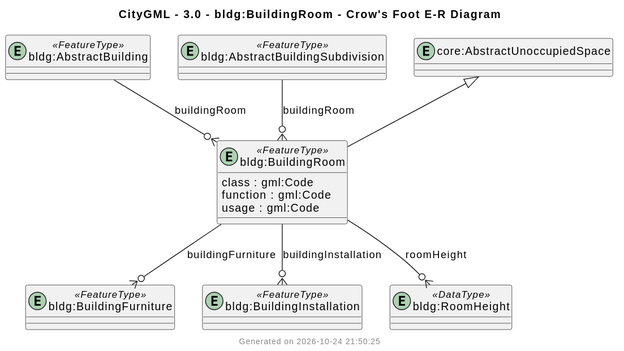
Above: docs/output/CityGML/3.0/UMLClassDiagram/crowsfoot/building-buildingroom.svg in muratkendir/every-class (PlantUML), before the change. Its diagram source:
```plantuml
@startuml

entity "bldg:BuildingRoom" as bldg_BuildingRoom <<FeatureType>> {
   class : gml:Code
   function : gml:Code
   usage : gml:Code
}
entity "bldg:AbstractBuilding" as bldg_AbstractBuilding <<FeatureType>>
entity "bldg:AbstractBuildingSubdivision" as bldg_AbstractBuildingSubdivision <<FeatureType>>
entity "bldg:BuildingFurniture" as bldg_BuildingFurniture <<FeatureType>>
entity "bldg:BuildingInstallation" as bldg_BuildingInstallation <<FeatureType>>
entity "bldg:RoomHeight" as bldg_RoomHeight <<DataType>>
entity "core:AbstractUnoccupiedSpace" as core_AbstractUnoccupiedSpace

"core_AbstractUnoccupiedSpace" <|-- "bldg_BuildingRoom"
"bldg_AbstractBuilding" --o{ "bldg_BuildingRoom" : buildingRoom
"bldg_AbstractBuildingSubdivision" --o{ "bldg_BuildingRoom" : buildingRoom
"bldg_BuildingRoom" --o{ "bldg_BuildingFurniture" : buildingFurniture
"bldg_BuildingRoom" --o{ "bldg_BuildingInstallation" : buildingInstallation
"bldg_BuildingRoom" --o{ "bldg_RoomHeight" : roomHeight

title
  CityGML - 3.0 - bldg:BuildingRoom - Crow's Foot E-R Diagram
end title

footer Generated on 2026-10-24 21:50:25
@enduml
```
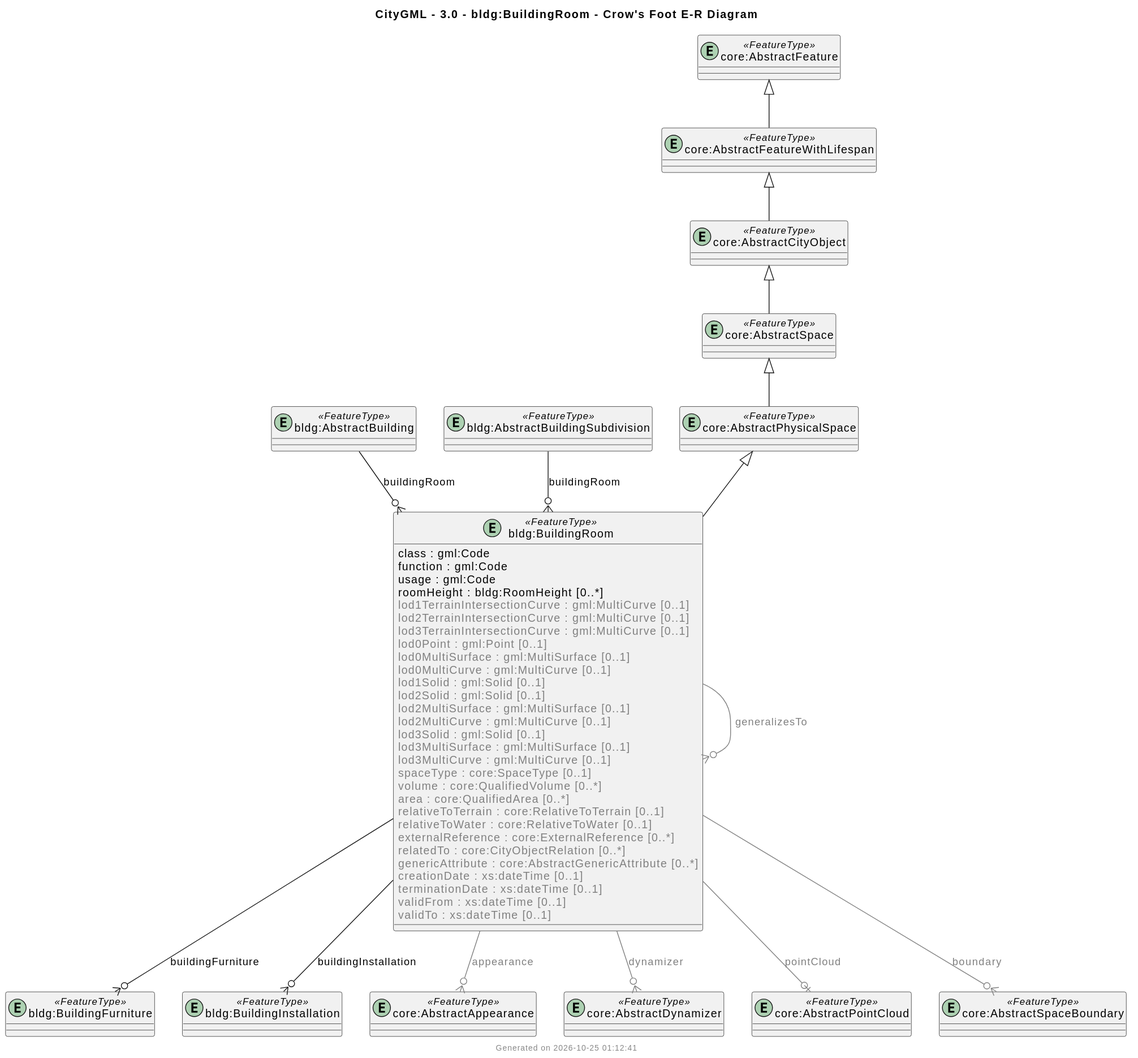
After the change.

Commit message:
step11: flatten inherited members in gray, FeatureType/DataType rule

Change to the diagram source:
```diff
@@ -1,27 +1,68 @@
 @startuml
 
 entity "bldg:BuildingRoom" as bldg_BuildingRoom <<FeatureType>> {
-   class : gml:Code
-   function : gml:Code
-   usage : gml:Code
+  class : gml:Code
+  function : gml:Code
+  usage : gml:Code
+  roomHeight : bldg:RoomHeight [0..*]
+  <color:gray>lod1TerrainIntersectionCurve : gml:MultiCurve [0..1]</color>
+  <color:gray>lod2TerrainIntersectionCurve : gml:MultiCurve [0..1]</color>
+  <color:gray>lod3TerrainIntersectionCurve : gml:MultiCurve [0..1]</color>
+  <color:gray>lod0Point : gml:Point [0..1]</color>
+  <color:gray>lod0MultiSurface : gml:MultiSurface [0..1]</color>
+  <color:gray>lod0MultiCurve : gml:MultiCurve [0..1]</color>
+  <color:gray>lod1Solid : gml:Solid [0..1]</color>
+  <color:gray>lod2Solid : gml:Solid [0..1]</color>
+  <color:gray>lod2MultiSurface : gml:MultiSurface [0..1]</color>
+  <color:gray>lod2MultiCurve : gml:MultiCurve [0..1]</color>
+  <color:gray>lod3Solid : gml:Solid [0..1]</color>
+  <color:gray>lod3MultiSurface : gml:MultiSurface [0..1]</color>
+  <color:gray>lod3MultiCurve : gml:MultiCurve [0..1]</color>
+  <color:gray>spaceType : core:SpaceType [0..1]</color>
+  <color:gray>volume : core:QualifiedVolume [0..*]</color>
+  <color:gray>area : core:QualifiedArea [0..*]</color>
+  <color:gray>relativeToTerrain : core:RelativeToTerrain [0..1]</color>
+  <color:gray>relativeToWater : core:RelativeToWater [0..1]</color>
+  <color:gray>externalReference : core:ExternalReference [0..*]</color>
+  <color:gray>relatedTo : core:CityObjectRelation [0..*]</color>
+  <color:gray>genericAttribute : core:AbstractGenericAttribute [0..*]</color>
+  <color:gray>creationDate : xs:dateTime [0..1]</color>
+  <color:gray>terminationDate : xs:dateTime [0..1]</color>
+  <color:gray>validFrom : xs:dateTime [0..1]</color>
+  <color:gray>validTo : xs:dateTime [0..1]</color>
 }
 entity "bldg:AbstractBuilding" as bldg_AbstractBuilding <<FeatureType>>
 entity "bldg:AbstractBuildingSubdivision" as bldg_AbstractBuildingSubdivision <<FeatureType>>
 entity "bldg:BuildingFurniture" as bldg_BuildingFurniture <<FeatureType>>
 entity "bldg:BuildingInstallation" as bldg_BuildingInstallation <<FeatureType>>
-entity "bldg:RoomHeight" as bldg_RoomHeight <<DataType>>
-entity "core:AbstractUnoccupiedSpace" as core_AbstractUnoccupiedSpace
+entity "core:AbstractAppearance" as core_AbstractAppearance <<FeatureType>>
+entity "core:AbstractCityObject" as core_AbstractCityObject <<FeatureType>>
+entity "core:AbstractDynamizer" as core_AbstractDynamizer <<FeatureType>>
+entity "core:AbstractFeature" as core_AbstractFeature <<FeatureType>>
+entity "core:AbstractFeatureWithLifespan" as core_AbstractFeatureWithLifespan <<FeatureType>>
+entity "core:AbstractPhysicalSpace" as core_AbstractPhysicalSpace <<FeatureType>>
+entity "core:AbstractPointCloud" as core_AbstractPointCloud <<FeatureType>>
+entity "core:AbstractSpace" as core_AbstractSpace <<FeatureType>>
+entity "core:AbstractSpaceBoundary" as core_AbstractSpaceBoundary <<FeatureType>>
 
-"core_AbstractUnoccupiedSpace" <|-- "bldg_BuildingRoom"
+"core_AbstractPhysicalSpace" <|-- "bldg_BuildingRoom"
+"core_AbstractSpace" <|-- "core_AbstractPhysicalSpace"
+"core_AbstractCityObject" <|-- "core_AbstractSpace"
+"core_AbstractFeatureWithLifespan" <|-- "core_AbstractCityObject"
+"core_AbstractFeature" <|-- "core_AbstractFeatureWithLifespan"
 "bldg_AbstractBuilding" --o{ "bldg_BuildingRoom" : buildingRoom
 "bldg_AbstractBuildingSubdivision" --o{ "bldg_BuildingRoom" : buildingRoom
 "bldg_BuildingRoom" --o{ "bldg_BuildingFurniture" : buildingFurniture
 "bldg_BuildingRoom" --o{ "bldg_BuildingInstallation" : buildingInstallation
-"bldg_BuildingRoom" --o{ "bldg_RoomHeight" : roomHeight
+"bldg_BuildingRoom" -[#gray]-o| "core_AbstractPointCloud" : <color:gray>pointCloud</color>
+"bldg_BuildingRoom" -[#gray]-o{ "core_AbstractSpaceBoundary" : <color:gray>boundary</color>
+"bldg_BuildingRoom" -[#gray]-o{ "bldg_BuildingRoom" : <color:gray>generalizesTo</color>
+"bldg_BuildingRoom" -[#gray]-o{ "core_AbstractAppearance" : <color:gray>appearance</color>
+"bldg_BuildingRoom" -[#gray]-o{ "core_AbstractDynamizer" : <color:gray>dynamizer</color>
 
 title
   CityGML - 3.0 - bldg:BuildingRoom - Crow's Foot E-R Diagram
 end title
 
-footer Generated on 2026-10-24 21:50:25
+footer Generated on 2026-10-25 01:12:41
 @enduml
```
